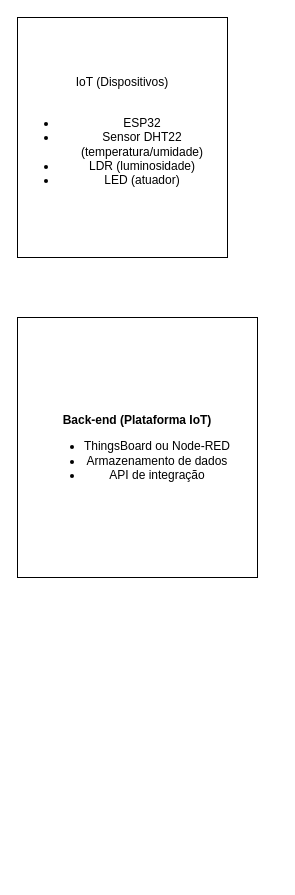
Before: Diagrama sem nome.drawio in Guiitens2005/Sprint3_Edge, a draw.io diagram. Source tidied: cells renumbered, new cells numbered last; positions are measured from the earlier drawing's top-left corner, leaving out a move shared by most shapes. Both pictures are drawn from the tidied source at 100%, with x=0, y=0 at pixel (17, 17).
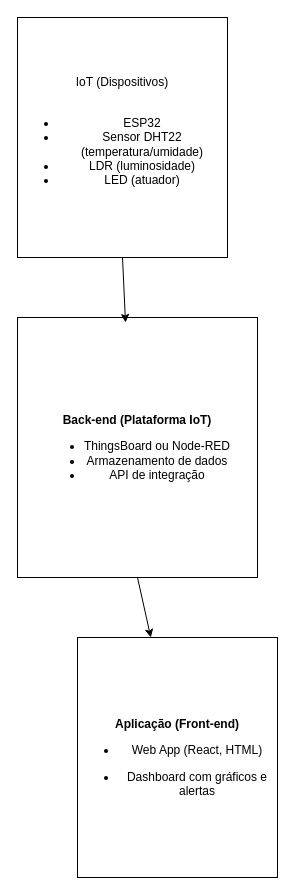
Above is the later version.

The edit, as a diff of the source:
```diff
@@
 <mxGraphModel>
   <root>
     <mxCell id="0" />
     <mxCell id="1" parent="0" />
+    <mxCell id="4" value="&lt;p class=&quot;&quot;&gt;&lt;strong&gt;Aplicação (Front-end)&lt;/strong&gt;&lt;/p&gt;&lt;ul&gt;&lt;li&gt;&lt;span style=&quot;background-color: transparent; color: light-dark(rgb(0, 0, 0), rgb(255, 255, 255));&quot;&gt;Web App (React, HTML)&lt;/span&gt;&lt;/li&gt;&lt;li class=&quot;&quot;&gt;&lt;p class=&quot;&quot;&gt;&lt;span style=&quot;background-color: transparent; color: light-dark(rgb(0, 0, 0), rgb(255, 255, 255));&quot;&gt;Dashboard com gráficos e alertas&lt;/span&gt;&lt;/p&gt;&lt;/li&gt;&lt;/ul&gt;" style="rounded=0;whiteSpace=wrap;html=1;" parent="1" vertex="1">
+      <mxGeometry x="60" y="620" width="200" height="240" as="geometry" />
+    </mxCell>
+    <mxCell id="3" value="&lt;p class=&quot;&quot;&gt;&lt;strong&gt;Back-end (Plataforma IoT)&lt;/strong&gt;&lt;/p&gt;&lt;p class=&quot;&quot;&gt;&lt;/p&gt;&lt;ul&gt;&lt;li&gt;&lt;span style=&quot;background-color: transparent; color: light-dark(rgb(0, 0, 0), rgb(255, 255, 255));&quot;&gt;ThingsBoard ou Node-RED&lt;/span&gt;&lt;/li&gt;&lt;li&gt;&lt;span style=&quot;background-color: transparent; color: light-dark(rgb(0, 0, 0), rgb(255, 255, 255));&quot;&gt;Armazenamento de dados&lt;/span&gt;&lt;/li&gt;&lt;li&gt;&lt;span style=&quot;background-color: transparent; color: light-dark(rgb(0, 0, 0), rgb(255, 255, 255));&quot;&gt;API de integração&lt;/span&gt;&lt;/li&gt;&lt;/ul&gt;&lt;p&gt;&lt;/p&gt;" style="rounded=0;whiteSpace=wrap;html=1;" parent="1" vertex="1">
+      <mxGeometry y="300" width="240" height="260" as="geometry" />
+    </mxCell>
     <mxCell id="2" value="&lt;span style=&quot;background-color: transparent; color: light-dark(rgb(0, 0, 0), rgb(255, 255, 255));&quot;&gt;IoT (Dispositivos)&lt;/span&gt;&lt;div&gt;&lt;span style=&quot;background-color: transparent; color: light-dark(rgb(0, 0, 0), rgb(255, 255, 255));&quot;&gt;&lt;br&gt;&lt;/span&gt;&lt;/div&gt;&lt;div&gt;&lt;ul&gt;&lt;li&gt;&lt;span style=&quot;background-color: transparent; color: light-dark(rgb(0, 0, 0), rgb(255, 255, 255));&quot;&gt;ESP32&lt;/span&gt;&lt;/li&gt;&lt;li&gt;&lt;span style=&quot;background-color: transparent; color: light-dark(rgb(0, 0, 0), rgb(255, 255, 255));&quot;&gt;Sensor DHT22 (temperatura/umidade)&lt;/span&gt;&lt;/li&gt;&lt;li&gt;&lt;span style=&quot;background-color: transparent; color: light-dark(rgb(0, 0, 0), rgb(255, 255, 255));&quot;&gt;LDR (luminosidade)&lt;/span&gt;&lt;/li&gt;&lt;li&gt;&lt;span style=&quot;background-color: transparent; color: light-dark(rgb(0, 0, 0), rgb(255, 255, 255));&quot;&gt;LED (atuador)&lt;/span&gt;&lt;/li&gt;&lt;/ul&gt;&lt;/div&gt;" style="rounded=0;whiteSpace=wrap;html=1;align=center;" parent="1" vertex="1">
       <mxGeometry width="210" height="240" as="geometry" />
     </mxCell>
-    <mxCell id="3" value="&lt;p class=&quot;&quot;&gt;&lt;strong&gt;Back-end (Plataforma IoT)&lt;/strong&gt;&lt;/p&gt;&lt;p class=&quot;&quot;&gt;&lt;/p&gt;&lt;ul&gt;&lt;li&gt;&lt;span style=&quot;background-color: transparent; color: light-dark(rgb(0, 0, 0), rgb(255, 255, 255));&quot;&gt;ThingsBoard ou Node-RED&lt;/span&gt;&lt;/li&gt;&lt;li&gt;&lt;span style=&quot;background-color: transparent; color: light-dark(rgb(0, 0, 0), rgb(255, 255, 255));&quot;&gt;Armazenamento de dados&lt;/span&gt;&lt;/li&gt;&lt;li&gt;&lt;span style=&quot;background-color: transparent; color: light-dark(rgb(0, 0, 0), rgb(255, 255, 255));&quot;&gt;API de integração&lt;/span&gt;&lt;/li&gt;&lt;/ul&gt;&lt;p&gt;&lt;/p&gt;" style="rounded=0;whiteSpace=wrap;html=1;" parent="1" vertex="1">
-      <mxGeometry y="300" width="240" height="260" as="geometry" />
-    </mxCell>
+    <mxCell id="5" style="endArrow=classic;html=1;rounded=0;exitX=0.5;exitY=1;exitDx=0;exitDy=0;" parent="1" edge="1" source="2">
+      <mxGeometry relative="1" as="geometry">
+        <mxPoint x="108" y="305" as="targetPoint" />
+      </mxGeometry>
+    </mxCell>
+    <mxCell id="6" style="endArrow=classic;html=1;rounded=0;exitX=0.5;exitY=1;exitDx=0;exitDy=0;" parent="1" edge="1" source="3" target="4">
+      <mxGeometry relative="1" as="geometry" />
+    </mxCell>
   </root>
 </mxGraphModel>
```
